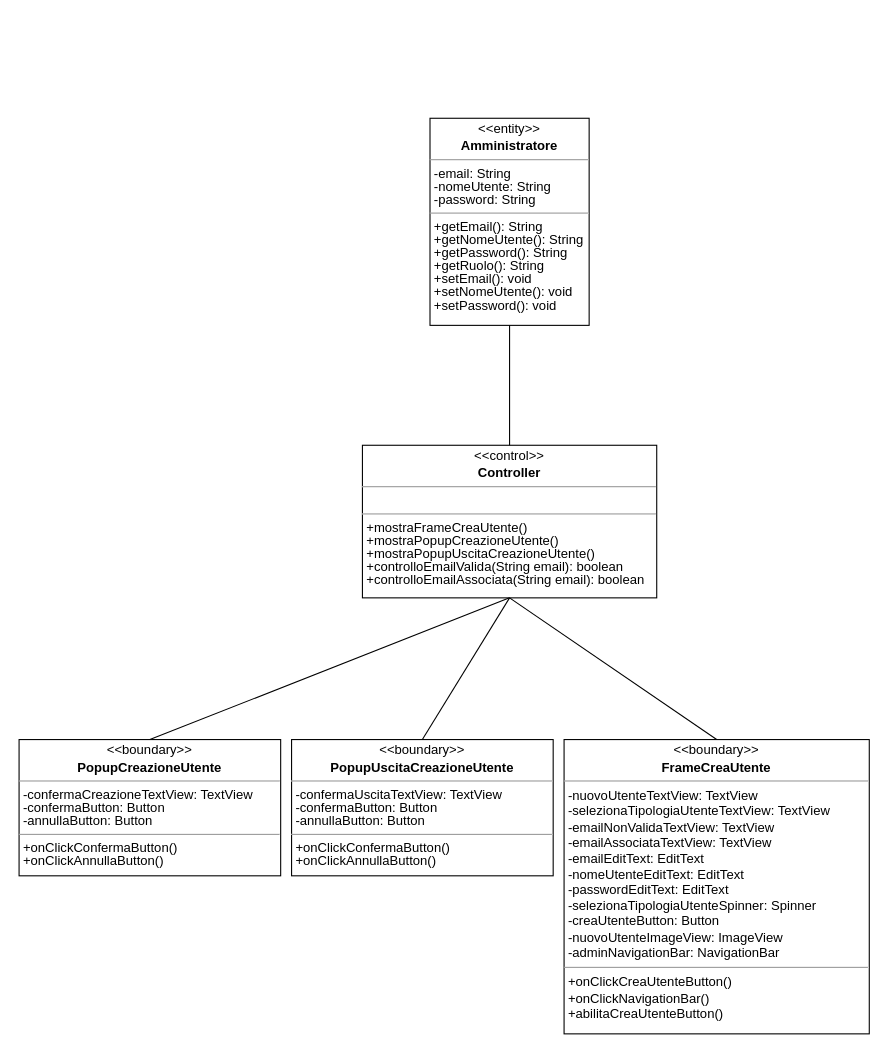
Above: Documentazione/Class Diagram/Analisi/drawio/Analysis Class Diagram - Crea Utente.drawio in vittorioruggiero/Progetto-IngSw (draw.io), before the change. Source tidied: cells renumbered, new cells numbered last; positions are measured from the earlier drawing's top-left corner, leaving out a move shared by most shapes. Both pictures are drawn from the tidied source at 109%, with x=0, y=0 at pixel (19, 118).
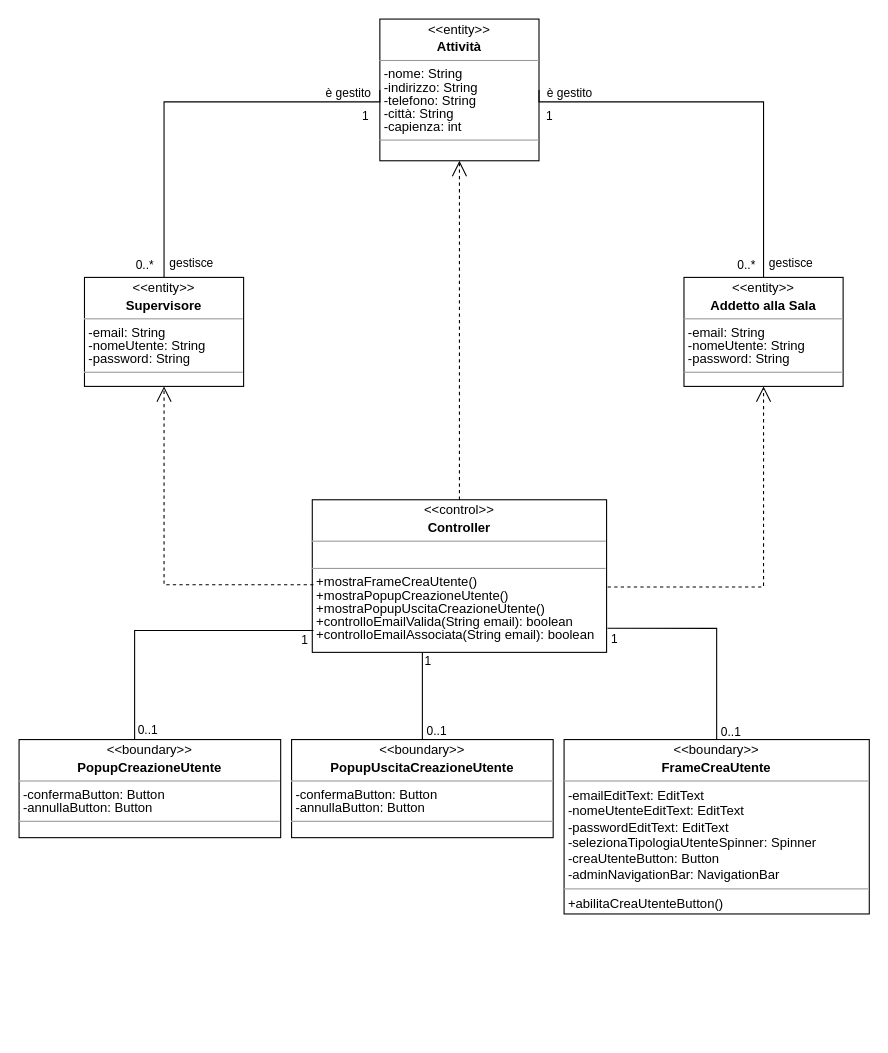
The same diagram, later.

Commit message (it also covers changes not shown here):
ACD crea utente aggiornato

Change to the diagram source:
```diff
@@
-    <mxCell id="2" value="&lt;p style=&quot;margin: 4px 0px 0px; text-align: center; line-height: 100%;&quot;&gt;&amp;lt;&amp;lt;entity&amp;gt;&amp;gt;&lt;/p&gt;&lt;p style=&quot;margin: 4px 0px 0px; text-align: center; line-height: 100%;&quot;&gt;&lt;b&gt;Amministratore&lt;/b&gt;&lt;/p&gt;&lt;hr style=&quot;line-height: 100%;&quot; size=&quot;1&quot;&gt;&lt;p style=&quot;margin: 0px 0px 0px 4px; line-height: 100%;&quot;&gt;-email: String&lt;/p&gt;&lt;p style=&quot;margin: 0px 0px 0px 4px; line-height: 100%;&quot;&gt;-nomeUtente: String&lt;/p&gt;&lt;p style=&quot;margin: 0px 0px 0px 4px; line-height: 100%;&quot;&gt;-password: String&lt;/p&gt;&lt;hr style=&quot;line-height: 100%;&quot; size=&quot;1&quot;&gt;&lt;p style=&quot;margin: 0px 0px 0px 4px; line-height: 100%;&quot;&gt;+getEmail(): String&lt;/p&gt;&lt;p style=&quot;margin: 0px 0px 0px 4px; line-height: 100%;&quot;&gt;+getNomeUtente(): String&lt;/p&gt;&lt;p style=&quot;margin: 0px 0px 0px 4px; line-height: 100%;&quot;&gt;+getPassword(): String&lt;/p&gt;&lt;p style=&quot;margin: 0px 0px 0px 4px; line-height: 100%;&quot;&gt;+getRuolo(): String&lt;/p&gt;&lt;p style=&quot;margin: 0px 0px 0px 4px; line-height: 100%;&quot;&gt;+setEmail(): void&lt;/p&gt;&lt;p style=&quot;margin: 0px 0px 0px 4px; line-height: 100%;&quot;&gt;+setNomeUtente(): void&lt;/p&gt;&lt;p style=&quot;margin: 0px 0px 0px 4px; line-height: 100%;&quot;&gt;+setPassword(): void&lt;/p&gt;" style="verticalAlign=top;align=left;overflow=fill;fontSize=12;fontFamily=Helvetica;html=1;" parent="1" vertex="1">
-      <mxGeometry x="377" width="146" height="190" as="geometry" />
+    <mxCell id="2" value="&lt;p style=&quot;margin: 4px 0px 0px; text-align: center; line-height: 100%;&quot;&gt;&amp;lt;&amp;lt;entity&amp;gt;&amp;gt;&lt;/p&gt;&lt;p style=&quot;margin: 4px 0px 0px; text-align: center; line-height: 100%;&quot;&gt;&lt;b&gt;Addetto alla Sala&lt;/b&gt;&lt;/p&gt;&lt;hr style=&quot;line-height: 100%;&quot; size=&quot;1&quot;&gt;&lt;p style=&quot;margin: 0px 0px 0px 4px; line-height: 100%;&quot;&gt;-email: String&lt;/p&gt;&lt;p style=&quot;margin: 0px 0px 0px 4px; line-height: 100%;&quot;&gt;-nomeUtente: String&lt;/p&gt;&lt;p style=&quot;margin: 0px 0px 0px 4px; line-height: 100%;&quot;&gt;-password: String&lt;/p&gt;&lt;hr style=&quot;line-height: 100%;&quot; size=&quot;1&quot;&gt;&lt;p style=&quot;margin: 0px 0px 0px 4px; line-height: 100%;&quot;&gt;&lt;br&gt;&lt;/p&gt;" style="verticalAlign=top;align=left;overflow=fill;fontSize=12;fontFamily=Helvetica;html=1;" parent="1" vertex="1">
+      <mxGeometry x="610" y="146" width="146" height="100" as="geometry" />
     </mxCell>
-    <mxCell id="3" value="&lt;p style=&quot;margin: 4px 0px 0px; text-align: center; line-height: 100%;&quot;&gt;&amp;lt;&amp;lt;boundary&amp;gt;&amp;gt;&lt;/p&gt;&lt;p style=&quot;margin: 4px 0px 0px; text-align: center; line-height: 100%;&quot;&gt;&lt;b&gt;FrameCreaUtente&lt;/b&gt;&lt;/p&gt;&lt;hr size=&quot;1&quot;&gt;&lt;p style=&quot;margin:0px;margin-left:4px;&quot;&gt;-nuovoUtenteTextView: TextView&lt;/p&gt;&lt;p style=&quot;margin:0px;margin-left:4px;&quot;&gt;-selezionaTipologiaUtenteTextView: TextView&lt;/p&gt;&lt;p style=&quot;margin:0px;margin-left:4px;&quot;&gt;-emailNonValidaTextView: TextView&lt;/p&gt;&lt;p style=&quot;margin: 0px 0px 0px 4px; line-height: 120%;&quot;&gt;-emailAssociataTextView: TextView&lt;/p&gt;&lt;p style=&quot;margin:0px;margin-left:4px;&quot;&gt;-emailEditText: EditText&lt;/p&gt;&lt;p style=&quot;margin:0px;margin-left:4px;&quot;&gt;-nomeUtenteEditText: EditText&lt;/p&gt;&lt;p style=&quot;margin:0px;margin-left:4px;&quot;&gt;-passwordEditText: EditText&lt;/p&gt;&lt;p style=&quot;margin:0px;margin-left:4px;&quot;&gt;-selezionaTipologiaUtenteSpinner: Spinner&lt;/p&gt;&lt;p style=&quot;margin:0px;margin-left:4px;&quot;&gt;-creaUtenteButton: Button&lt;/p&gt;&lt;p style=&quot;margin:0px;margin-left:4px;&quot;&gt;-nuovoUtenteImageView: ImageView&lt;/p&gt;&lt;p style=&quot;margin:0px;margin-left:4px;&quot;&gt;-adminNavigationBar: NavigationBar&lt;/p&gt;&lt;hr size=&quot;1&quot;&gt;&lt;p style=&quot;margin:0px;margin-left:4px;&quot;&gt;+onClickCreaUtenteButton()&lt;/p&gt;&lt;p style=&quot;margin:0px;margin-left:4px;&quot;&gt;+onClickNavigationBar()&lt;/p&gt;&lt;p style=&quot;margin:0px;margin-left:4px;&quot;&gt;+abilitaCreaUtenteButton()&lt;/p&gt;" style="verticalAlign=top;align=left;overflow=fill;fontSize=12;fontFamily=Helvetica;html=1;spacing=2;" parent="1" vertex="1">
-      <mxGeometry x="500" y="570" width="280" height="270" as="geometry" />
+    <mxCell id="3" value="&lt;p style=&quot;margin: 4px 0px 0px; text-align: center; line-height: 100%;&quot;&gt;&amp;lt;&amp;lt;boundary&amp;gt;&amp;gt;&lt;/p&gt;&lt;p style=&quot;margin: 4px 0px 0px; text-align: center; line-height: 100%;&quot;&gt;&lt;b&gt;FrameCreaUtente&lt;/b&gt;&lt;/p&gt;&lt;hr size=&quot;1&quot;&gt;&lt;p style=&quot;margin:0px;margin-left:4px;&quot;&gt;&lt;span style=&quot;background-color: initial;&quot;&gt;-emailEditText: EditText&lt;/span&gt;&lt;/p&gt;&lt;p style=&quot;margin:0px;margin-left:4px;&quot;&gt;-nomeUtenteEditText: EditText&lt;/p&gt;&lt;p style=&quot;margin:0px;margin-left:4px;&quot;&gt;-passwordEditText: EditText&lt;/p&gt;&lt;p style=&quot;margin:0px;margin-left:4px;&quot;&gt;-selezionaTipologiaUtenteSpinner: Spinner&lt;/p&gt;&lt;p style=&quot;margin:0px;margin-left:4px;&quot;&gt;-creaUtenteButton: Button&lt;/p&gt;&lt;p style=&quot;margin:0px;margin-left:4px;&quot;&gt;-adminNavigationBar: NavigationBar&lt;/p&gt;&lt;hr size=&quot;1&quot;&gt;&lt;p style=&quot;margin:0px;margin-left:4px;&quot;&gt;&lt;span style=&quot;background-color: initial;&quot;&gt;+abilitaCreaUtenteButton()&lt;/span&gt;&lt;br&gt;&lt;/p&gt;" style="verticalAlign=top;align=left;overflow=fill;fontSize=12;fontFamily=Helvetica;html=1;spacing=2;" parent="1" vertex="1">
+      <mxGeometry x="500" y="570" width="280" height="160" as="geometry" />
     </mxCell>
-    <mxCell id="4" value="&lt;p style=&quot;margin: 4px 0px 0px; text-align: center; line-height: 100%;&quot;&gt;&amp;lt;&amp;lt;boundary&amp;gt;&amp;gt;&lt;/p&gt;&lt;p style=&quot;margin: 4px 0px 0px; text-align: center; line-height: 100%;&quot;&gt;&lt;b&gt;PopupCreazioneUtente&lt;/b&gt;&lt;/p&gt;&lt;hr style=&quot;line-height: 100%;&quot; size=&quot;1&quot;&gt;&lt;p style=&quot;margin: 0px 0px 0px 4px; line-height: 100%;&quot;&gt;-confermaCreazioneTextView: TextView&lt;/p&gt;&lt;p style=&quot;margin: 0px 0px 0px 4px; line-height: 100%;&quot;&gt;-confermaButton: Button&lt;/p&gt;&lt;p style=&quot;margin: 0px 0px 0px 4px; line-height: 100%;&quot;&gt;-annullaButton: Button&lt;/p&gt;&lt;hr style=&quot;line-height: 100%;&quot; size=&quot;1&quot;&gt;&lt;p style=&quot;margin: 0px 0px 0px 4px; line-height: 100%;&quot;&gt;+onClickConfermaButton()&lt;/p&gt;&lt;p style=&quot;margin: 0px 0px 0px 4px; line-height: 100%;&quot;&gt;+onClickAnnullaButton()&lt;/p&gt;" style="verticalAlign=top;align=left;overflow=fill;fontSize=12;fontFamily=Helvetica;html=1;" parent="1" vertex="1">
-      <mxGeometry y="570" width="240" height="125" as="geometry" />
+    <mxCell id="4" value="&lt;p style=&quot;margin: 4px 0px 0px; text-align: center; line-height: 100%;&quot;&gt;&amp;lt;&amp;lt;boundary&amp;gt;&amp;gt;&lt;/p&gt;&lt;p style=&quot;margin: 4px 0px 0px; text-align: center; line-height: 100%;&quot;&gt;&lt;b&gt;PopupCreazioneUtente&lt;/b&gt;&lt;/p&gt;&lt;hr style=&quot;line-height: 100%;&quot; size=&quot;1&quot;&gt;&lt;p style=&quot;margin: 0px 0px 0px 4px; line-height: 100%;&quot;&gt;&lt;span style=&quot;background-color: initial;&quot;&gt;-confermaButton: Button&lt;/span&gt;&lt;/p&gt;&lt;p style=&quot;margin: 0px 0px 0px 4px; line-height: 100%;&quot;&gt;-annullaButton: Button&lt;/p&gt;&lt;hr style=&quot;line-height: 100%;&quot; size=&quot;1&quot;&gt;&lt;p style=&quot;margin: 0px 0px 0px 4px; line-height: 100%;&quot;&gt;&lt;br&gt;&lt;/p&gt;" style="verticalAlign=top;align=left;overflow=fill;fontSize=12;fontFamily=Helvetica;html=1;" parent="1" vertex="1">
+      <mxGeometry y="570" width="240" height="90" as="geometry" />
     </mxCell>
-    <mxCell id="5" value="&lt;p style=&quot;margin: 4px 0px 0px; text-align: center; line-height: 100%;&quot;&gt;&amp;lt;&amp;lt;boundary&amp;gt;&amp;gt;&lt;/p&gt;&lt;p style=&quot;margin: 4px 0px 0px; text-align: center; line-height: 100%;&quot;&gt;&lt;b&gt;PopupUscitaCreazioneUtente&lt;/b&gt;&lt;/p&gt;&lt;hr style=&quot;line-height: 100%;&quot; size=&quot;1&quot;&gt;&lt;p style=&quot;margin: 0px 0px 0px 4px; line-height: 100%;&quot;&gt;-confermaUscitaTextView: TextView&lt;/p&gt;&lt;p style=&quot;margin: 0px 0px 0px 4px; line-height: 100%;&quot;&gt;-confermaButton: Button&lt;/p&gt;&lt;p style=&quot;margin: 0px 0px 0px 4px; line-height: 100%;&quot;&gt;-annullaButton: Button&lt;/p&gt;&lt;hr style=&quot;line-height: 100%;&quot; size=&quot;1&quot;&gt;&lt;p style=&quot;margin: 0px 0px 0px 4px; line-height: 100%;&quot;&gt;+onClickConfermaButton()&lt;/p&gt;&lt;p style=&quot;margin: 0px 0px 0px 4px; line-height: 100%;&quot;&gt;+onClickAnnullaButton()&lt;/p&gt;" style="verticalAlign=top;align=left;overflow=fill;fontSize=12;fontFamily=Helvetica;html=1;" parent="1" vertex="1">
-      <mxGeometry x="250" y="570" width="240" height="125" as="geometry" />
+    <mxCell id="5" value="&lt;p style=&quot;margin: 4px 0px 0px; text-align: center; line-height: 100%;&quot;&gt;&amp;lt;&amp;lt;boundary&amp;gt;&amp;gt;&lt;/p&gt;&lt;p style=&quot;margin: 4px 0px 0px; text-align: center; line-height: 100%;&quot;&gt;&lt;b&gt;PopupUscitaCreazioneUtente&lt;/b&gt;&lt;/p&gt;&lt;hr style=&quot;line-height: 100%;&quot; size=&quot;1&quot;&gt;&lt;p style=&quot;margin: 0px 0px 0px 4px; line-height: 100%;&quot;&gt;-&lt;span style=&quot;background-color: initial;&quot;&gt;confermaButton: Button&lt;/span&gt;&lt;/p&gt;&lt;p style=&quot;margin: 0px 0px 0px 4px; line-height: 100%;&quot;&gt;-annullaButton: Button&lt;/p&gt;&lt;hr style=&quot;line-height: 100%;&quot; size=&quot;1&quot;&gt;&lt;p style=&quot;margin: 0px 0px 0px 4px; line-height: 100%;&quot;&gt;&lt;br&gt;&lt;/p&gt;" style="verticalAlign=top;align=left;overflow=fill;fontSize=12;fontFamily=Helvetica;html=1;" parent="1" vertex="1">
+      <mxGeometry x="250" y="570" width="240" height="90" as="geometry" />
     </mxCell>
     <mxCell id="6" value="&lt;p style=&quot;margin: 4px 0px 0px; text-align: center; line-height: 100%;&quot;&gt;&amp;lt;&amp;lt;control&amp;gt;&amp;gt;&lt;/p&gt;&lt;p style=&quot;margin: 4px 0px 0px; text-align: center; line-height: 100%;&quot;&gt;&lt;b&gt;Controller&lt;/b&gt;&lt;/p&gt;&lt;hr size=&quot;1&quot;&gt;&lt;p style=&quot;margin: 0px 0px 0px 4px; line-height: 100%;&quot;&gt;&lt;br&gt;&lt;/p&gt;&lt;hr size=&quot;1&quot;&gt;&lt;p style=&quot;margin: 0px 0px 0px 4px; line-height: 100%;&quot;&gt;+mostraFrameCreaUtente()&lt;/p&gt;&lt;p style=&quot;margin: 0px 0px 0px 4px; line-height: 100%;&quot;&gt;+mostraPopupCreazioneUtente()&lt;/p&gt;&lt;p style=&quot;margin: 0px 0px 0px 4px; line-height: 100%;&quot;&gt;+mostraPopupUscitaCreazioneUtente()&lt;/p&gt;&lt;p style=&quot;margin: 0px 0px 0px 4px; line-height: 100%;&quot;&gt;+controlloEmailValida(String email): boolean&lt;/p&gt;&lt;p style=&quot;margin: 0px 0px 0px 4px; line-height: 100%;&quot;&gt;+controlloEmailAssociata(String email): boolean&lt;/p&gt;" style="verticalAlign=top;align=left;overflow=fill;fontSize=12;fontFamily=Helvetica;html=1;" parent="1" vertex="1">
-      <mxGeometry x="315" y="300" width="270" height="140" as="geometry" />
+      <mxGeometry x="269" y="350" width="270" height="140" as="geometry" />
     </mxCell>
-    <mxCell id="7" style="endArrow=none;html=1;rounded=0;entryX=0.5;entryY=1;entryDx=0;entryDy=0;exitX=0.5;exitY=0;exitDx=0;exitDy=0;" parent="1" edge="1" source="6" target="2">
-      <mxGeometry relative="1" as="geometry" />
-    </mxCell>
+    <mxCell id="11" value="&lt;p style=&quot;margin: 4px 0px 0px; text-align: center; line-height: 100%;&quot;&gt;&amp;lt;&amp;lt;entity&amp;gt;&amp;gt;&lt;/p&gt;&lt;p style=&quot;margin: 4px 0px 0px; text-align: center; line-height: 100%;&quot;&gt;&lt;b&gt;Supervisore&lt;/b&gt;&lt;/p&gt;&lt;hr style=&quot;line-height: 100%;&quot; size=&quot;1&quot;&gt;&lt;p style=&quot;margin: 0px 0px 0px 4px; line-height: 100%;&quot;&gt;-email: String&lt;/p&gt;&lt;p style=&quot;margin: 0px 0px 0px 4px; line-height: 100%;&quot;&gt;-nomeUtente: String&lt;/p&gt;&lt;p style=&quot;margin: 0px 0px 0px 4px; line-height: 100%;&quot;&gt;-password: String&lt;/p&gt;&lt;hr style=&quot;line-height: 100%;&quot; size=&quot;1&quot;&gt;&lt;p style=&quot;margin: 0px 0px 0px 4px; line-height: 100%;&quot;&gt;&lt;br&gt;&lt;/p&gt;" style="verticalAlign=top;align=left;overflow=fill;fontSize=12;fontFamily=Helvetica;html=1;" parent="1" vertex="1">
+      <mxGeometry x="60" y="146" width="146" height="100" as="geometry" />
+    </mxCell>
+    <mxCell id="12" value="&lt;p style=&quot;margin: 4px 0px 0px; text-align: center; line-height: 100%;&quot;&gt;&amp;lt;&amp;lt;entity&amp;gt;&amp;gt;&lt;/p&gt;&lt;p style=&quot;margin: 4px 0px 0px; text-align: center; line-height: 100%;&quot;&gt;&lt;b&gt;Attività&lt;/b&gt;&lt;/p&gt;&lt;hr style=&quot;line-height: 100%;&quot; size=&quot;1&quot;&gt;&lt;p style=&quot;margin: 0px 0px 0px 4px; line-height: 100%;&quot;&gt;-nome: String&lt;/p&gt;&lt;p style=&quot;margin: 0px 0px 0px 4px; line-height: 100%;&quot;&gt;-indirizzo: String&lt;/p&gt;&lt;p style=&quot;margin: 0px 0px 0px 4px; line-height: 100%;&quot;&gt;-telefono: String&lt;/p&gt;&lt;p style=&quot;margin: 0px 0px 0px 4px; line-height: 100%;&quot;&gt;-città: String&lt;/p&gt;&lt;p style=&quot;margin: 0px 0px 0px 4px; line-height: 100%;&quot;&gt;-capienza: int&lt;/p&gt;&lt;hr style=&quot;line-height: 100%;&quot; size=&quot;1&quot;&gt;&lt;p style=&quot;margin: 0px 0px 0px 4px; line-height: 100%;&quot;&gt;&lt;br&gt;&lt;/p&gt;" style="verticalAlign=top;align=left;overflow=fill;fontSize=12;fontFamily=Helvetica;html=1;" parent="1" vertex="1">
+      <mxGeometry x="331" y="-91" width="146" height="130" as="geometry" />
+    </mxCell>
+    <mxCell id="13" style="endArrow=none;html=1;edgeStyle=orthogonalEdgeStyle;rounded=0;exitX=0;exitY=0.5;exitDx=0;exitDy=0;entryX=0.5;entryY=0;entryDx=0;entryDy=0;" parent="1" edge="1" source="12" target="11">
+      <mxGeometry x="-0.09" y="-358" relative="1" as="geometry">
+        <Array as="points">
+          <mxPoint x="331" y="-15" />
+          <mxPoint x="133" y="-15" />
+        </Array>
+        <mxPoint x="-352" y="-294" as="offset" />
+      </mxGeometry>
+    </mxCell>
+    <mxCell id="14" value="1" style="edgeLabel;html=1;align=left;verticalAlign=bottom;labelBackgroundColor=none;" parent="13" vertex="1">
+      <mxGeometry x="-1" relative="1" as="geometry">
+        <mxPoint x="-18" y="32" as="offset" />
+      </mxGeometry>
+    </mxCell>
+    <mxCell id="15" value="0..*" style="edgeLabel;html=1;align=right;verticalAlign=bottom;labelBackgroundColor=none;" parent="13" vertex="1">
+      <mxGeometry x="1" relative="1" as="geometry">
+        <mxPoint x="-9" y="-3" as="offset" />
+      </mxGeometry>
+    </mxCell>
+    <mxCell id="16" value="è gestito" style="edgeLabel;html=1;align=center;verticalAlign=middle;labelBackgroundColor=none;" parent="13" vertex="1">
+      <mxGeometry x="-0.8" y="-1" relative="1" as="geometry">
+        <mxPoint x="-4" y="-8" as="offset" />
+      </mxGeometry>
+    </mxCell>
+    <mxCell id="17" value="gestisce" style="edgeLabel;html=1;align=center;verticalAlign=middle;labelBackgroundColor=none;" parent="13" vertex="1">
+      <mxGeometry x="0.61" y="2" relative="1" as="geometry">
+        <mxPoint x="22" y="58" as="offset" />
+      </mxGeometry>
+    </mxCell>
+    <mxCell id="18" style="endArrow=none;html=1;edgeStyle=orthogonalEdgeStyle;rounded=0;exitX=1;exitY=0.5;exitDx=0;exitDy=0;entryX=0.5;entryY=0;entryDx=0;entryDy=0;" parent="1" edge="1" source="12" target="2">
+      <mxGeometry x="-0.09" y="-358" relative="1" as="geometry">
+        <Array as="points">
+          <mxPoint x="477" y="-15" />
+          <mxPoint x="683" y="-15" />
+        </Array>
+        <mxPoint x="-352" y="-294" as="offset" />
+      </mxGeometry>
+    </mxCell>
+    <mxCell id="19" value="1" style="edgeLabel;html=1;align=left;verticalAlign=bottom;labelBackgroundColor=none;" parent="18" vertex="1">
+      <mxGeometry x="-1" relative="1" as="geometry">
+        <mxPoint x="5" y="32" as="offset" />
+      </mxGeometry>
+    </mxCell>
+    <mxCell id="20" value="0..*" style="edgeLabel;html=1;align=right;verticalAlign=bottom;labelBackgroundColor=none;" parent="18" vertex="1">
+      <mxGeometry x="1" relative="1" as="geometry">
+        <mxPoint x="-7" y="-3" as="offset" />
+      </mxGeometry>
+    </mxCell>
+    <mxCell id="21" value="è gestito" style="edgeLabel;html=1;align=center;verticalAlign=middle;labelBackgroundColor=none;" parent="18" vertex="1">
+      <mxGeometry x="-0.8" y="-1" relative="1" as="geometry">
+        <mxPoint y="-10" as="offset" />
+      </mxGeometry>
+    </mxCell>
+    <mxCell id="22" value="gestisce" style="edgeLabel;html=1;align=center;verticalAlign=middle;labelBackgroundColor=none;" parent="18" vertex="1">
+      <mxGeometry x="0.61" y="2" relative="1" as="geometry">
+        <mxPoint x="22" y="60" as="offset" />
+      </mxGeometry>
+    </mxCell>
+    <mxCell id="23" value="Use" style="endArrow=open;endSize=12;dashed=1;rounded=0;exitX=0.5;exitY=0;exitDx=0;exitDy=0;entryX=0.5;entryY=1;entryDx=0;entryDy=0;textOpacity=0;" parent="1" edge="1" source="6" target="12">
+      <mxGeometry relative="1" as="geometry" />
+    </mxCell>
+    <mxCell id="24" value="Use" style="endArrow=open;endSize=12;dashed=1;rounded=0;textOpacity=0;entryX=0.5;entryY=1;entryDx=0;entryDy=0;exitX=0.004;exitY=0.557;exitDx=0;exitDy=0;exitPerimeter=0;" parent="1" edge="1" source="6" target="11">
+      <mxGeometry relative="1" as="geometry">
+        <Array as="points">
+          <mxPoint x="133" y="428" />
+        </Array>
+      </mxGeometry>
+    </mxCell>
+    <mxCell id="25" value="Use" style="endArrow=open;endSize=12;dashed=1;rounded=0;entryX=0.5;entryY=1;entryDx=0;entryDy=0;textOpacity=0;" parent="1" edge="1" target="2">
+      <mxGeometry relative="1" as="geometry">
+        <mxPoint x="540" y="430" as="sourcePoint" />
+        <Array as="points">
+          <mxPoint x="683" y="430" />
+        </Array>
+      </mxGeometry>
+    </mxCell>
+    <mxCell id="26" style="endArrow=none;html=1;rounded=0;entryX=0.004;entryY=0.857;entryDx=0;entryDy=0;entryPerimeter=0;" parent="1" edge="1" target="6">
+      <mxGeometry relative="1" as="geometry">
+        <mxPoint x="106" y="570" as="sourcePoint" />
+        <Array as="points">
+          <mxPoint x="106" y="470" />
+        </Array>
+      </mxGeometry>
+    </mxCell>
+    <mxCell id="27" value="0..1" style="edgeLabel;html=1;align=center;verticalAlign=middle;labelBackgroundColor=none;" parent="26" vertex="1">
+      <mxGeometry x="-0.88" y="-3" relative="1" as="geometry">
+        <mxPoint x="8" y="6" as="offset" />
+      </mxGeometry>
+    </mxCell>
+    <mxCell id="28" value="1" style="edgeLabel;html=1;align=center;verticalAlign=middle;labelBackgroundColor=none;" parent="26" vertex="1">
+      <mxGeometry x="0.92" y="1" relative="1" as="geometry">
+        <mxPoint x="2" y="10" as="offset" />
+      </mxGeometry>
+    </mxCell>
+    <mxCell id="29" style="endArrow=none;html=1;rounded=0;exitX=0.5;exitY=0;exitDx=0;exitDy=0;" parent="1" edge="1" source="5">
+      <mxGeometry relative="1" as="geometry">
+        <mxPoint x="370" y="490" as="targetPoint" />
+      </mxGeometry>
+    </mxCell>
+    <mxCell id="30" value="0..1" style="edgeLabel;html=1;align=center;verticalAlign=middle;labelBackgroundColor=none;" parent="29" vertex="1">
+      <mxGeometry x="-0.88" y="-3" relative="1" as="geometry">
+        <mxPoint x="9" y="-4" as="offset" />
+      </mxGeometry>
+    </mxCell>
+    <mxCell id="31" value="1" style="edgeLabel;html=1;align=center;verticalAlign=middle;labelBackgroundColor=none;" parent="29" vertex="1">
+      <mxGeometry x="0.92" y="1" relative="1" as="geometry">
+        <mxPoint x="5" y="4" as="offset" />
+      </mxGeometry>
+    </mxCell>
-    <mxCell id="8" style="endArrow=none;html=1;rounded=0;exitX=0.5;exitY=0;exitDx=0;exitDy=0;entryX=0.5;entryY=1;entryDx=0;entryDy=0;" parent="1" edge="1" source="3" target="6">
-      <mxGeometry relative="1" as="geometry" />
+    <mxCell id="8" style="endArrow=none;html=1;rounded=0;exitX=0.5;exitY=0;exitDx=0;exitDy=0;entryX=1.003;entryY=0.842;entryDx=0;entryDy=0;entryPerimeter=0;" parent="1" edge="1" source="3" target="6">
+      <mxGeometry x="0.25" y="-100" relative="1" as="geometry">
+        <Array as="points">
+          <mxPoint x="640" y="468" />
+        </Array>
+      </mxGeometry>
     </mxCell>
-    <mxCell id="9" style="endArrow=none;html=1;rounded=0;entryX=0.5;entryY=1;entryDx=0;entryDy=0;exitX=0.5;exitY=0;exitDx=0;exitDy=0;" parent="1" edge="1" source="5" target="6">
-      <mxGeometry relative="1" as="geometry" />
-    </mxCell>
-    <mxCell id="10" style="endArrow=none;html=1;rounded=0;entryX=0.5;entryY=1;entryDx=0;entryDy=0;exitX=0.5;exitY=0;exitDx=0;exitDy=0;" parent="1" edge="1" source="4" target="6">
-      <mxGeometry relative="1" as="geometry" />
-    </mxCell>
+    <mxCell id="32" value="0..1" style="edgeLabel;html=1;align=center;verticalAlign=middle;labelBackgroundColor=none;" parent="8" vertex="1">
+      <mxGeometry x="-0.88" y="-3" relative="1" as="geometry">
+        <mxPoint x="9" y="4" as="offset" />
+      </mxGeometry>
+    </mxCell>
+    <mxCell id="33" value="1" style="edgeLabel;html=1;align=center;verticalAlign=middle;labelBackgroundColor=none;" parent="8" vertex="1">
+      <mxGeometry x="0.92" y="1" relative="1" as="geometry">
+        <mxPoint x="-2" y="9" as="offset" />
+      </mxGeometry>
+    </mxCell>
```
